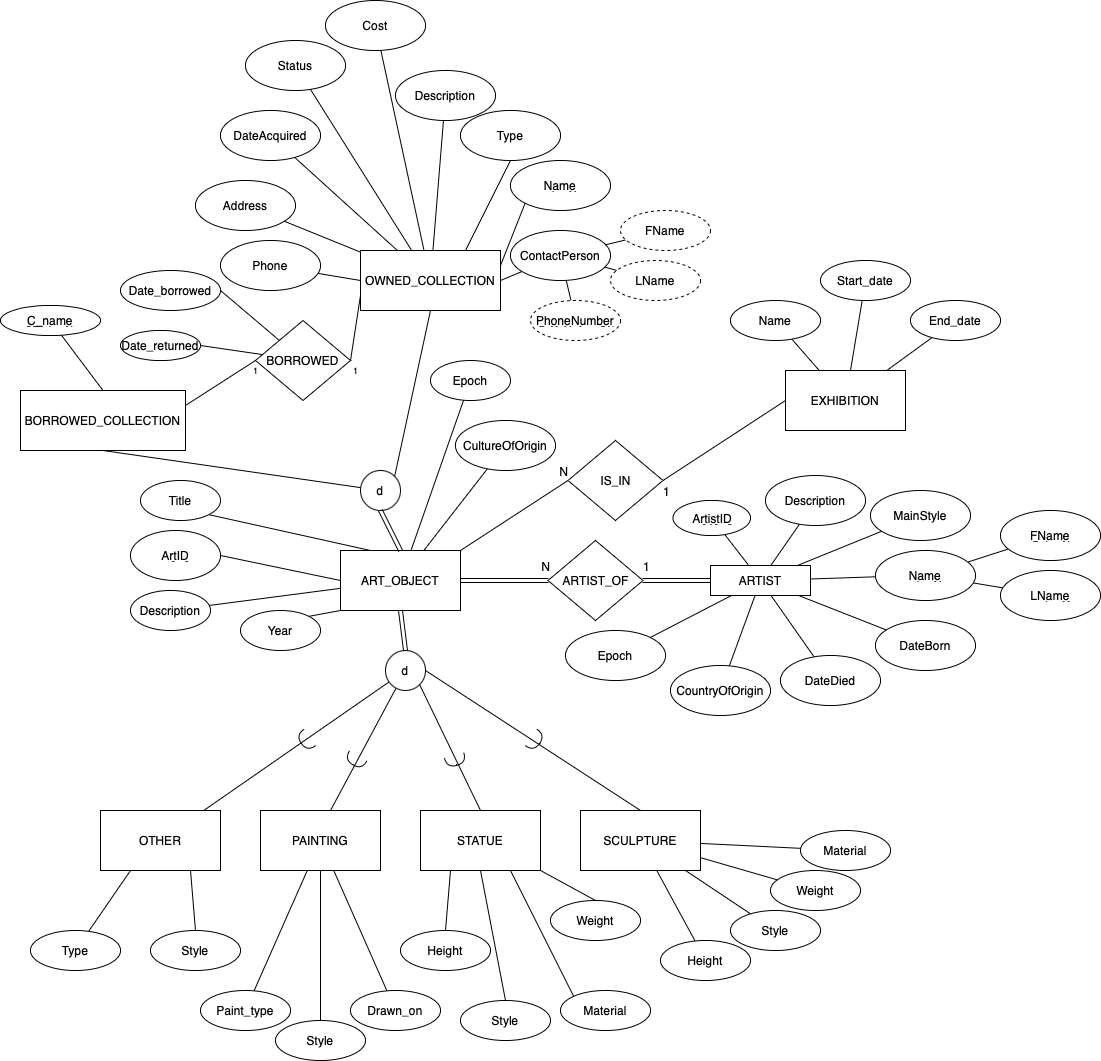
Above: 300 Final Project EER - Updated.drawio.png in Maan-Khedr-ENSF-300/museum-project-coolkids87 (draw.io), before the change. Source tidied: cells renumbered, new cells last; positions are measured from the earlier drawing's top-left corner, leaving out a move shared by most shapes.
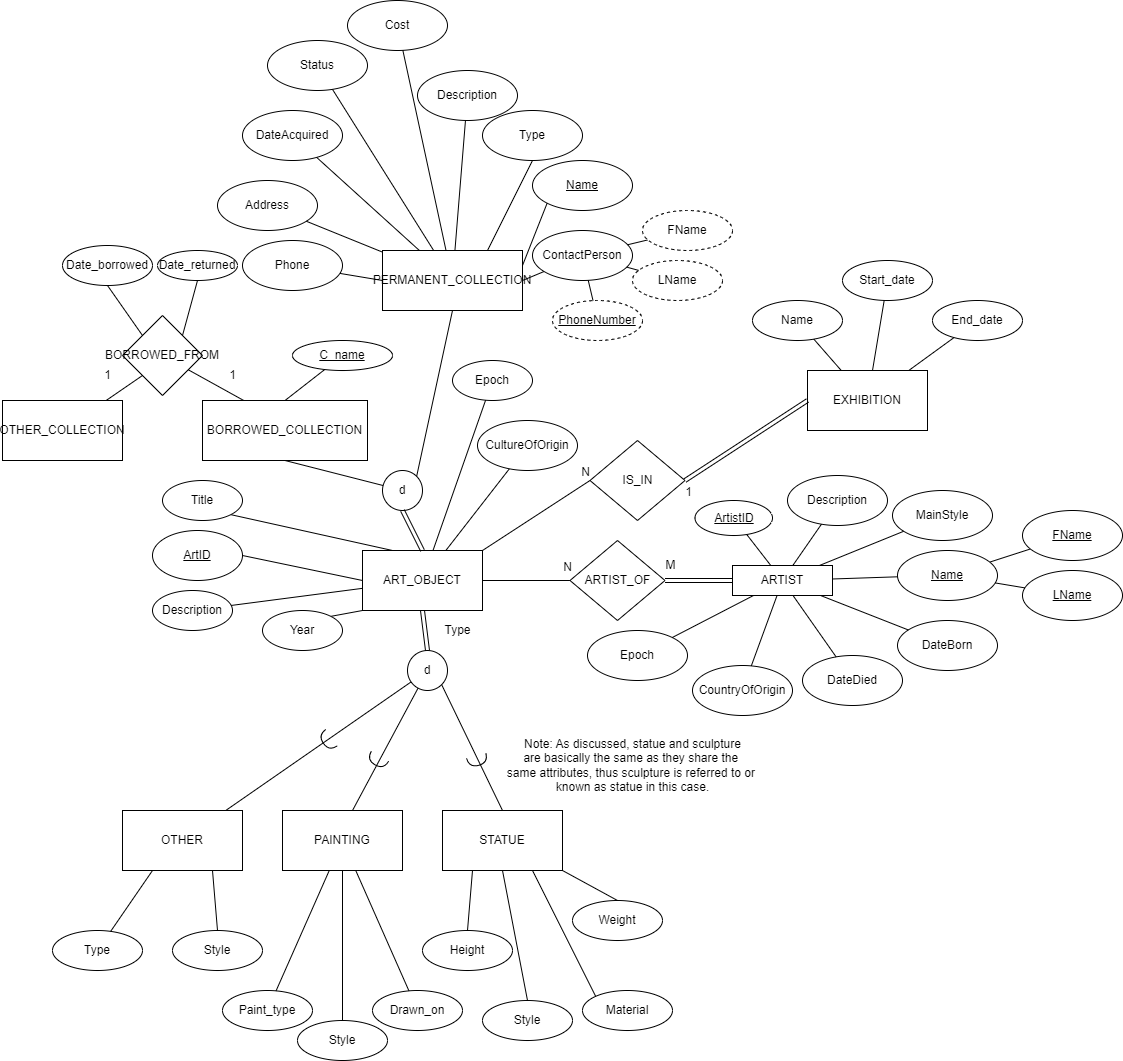
The same diagram one commit later.

Change to the diagram source:
```diff
@@ -17,9 +17,6 @@
     <mxCell id="6" value="OTHER" style="rounded=0;whiteSpace=wrap;html=1;" parent="1" vertex="1">
       <mxGeometry x="100" y="810" width="120" height="60" as="geometry" />
     </mxCell>
-    <mxCell id="7" value="SCULPTURE" style="rounded=0;whiteSpace=wrap;html=1;" parent="1" vertex="1">
-      <mxGeometry x="580" y="810" width="120" height="60" as="geometry" />
-    </mxCell>
     <mxCell id="8" style="endArrow=none;html=1;rounded=0;entryX=0;entryY=0.5;entryDx=0;entryDy=0;exitX=1;exitY=0.5;exitDx=0;exitDy=0;" parent="1" edge="1" source="10" target="4">
       <mxGeometry relative="1" as="geometry" />
     </mxCell>
@@ -41,7 +38,7 @@
     <mxCell id="14" style="edgeStyle=none;rounded=0;jettySize=auto;html=1;endArrow=none;endFill=0;" parent="1" edge="1" source="4" target="13">
       <mxGeometry relative="1" as="geometry" />
     </mxCell>
-    <mxCell id="15" style="endArrow=none;html=1;rounded=0;shape=link;exitX=1;exitY=0.5;exitDx=0;exitDy=0;entryX=0;entryY=0.5;entryDx=0;entryDy=0;" parent="1" edge="1" source="4" target="119">
+    <mxCell id="15" style="endArrow=none;html=1;rounded=0;exitX=1;exitY=0.5;exitDx=0;exitDy=0;entryX=0;entryY=0.5;entryDx=0;entryDy=0;" parent="1" edge="1" source="4" target="119">
       <mxGeometry relative="1" as="geometry" />
     </mxCell>
     <mxCell id="16" style="endArrow=none;html=1;rounded=0;entryX=0.25;entryY=0;entryDx=0;entryDy=0;exitX=1;exitY=1;exitDx=0;exitDy=0;" parent="1" edge="1" source="17" target="4">
@@ -56,30 +53,6 @@
     <mxCell id="19" style="endArrow=none;html=1;rounded=0;entryX=0.5;entryY=1;entryDx=0;entryDy=0;exitX=0.5;exitY=0;exitDx=0;exitDy=0;shape=link;" parent="1" edge="1" source="18" target="4">
       <mxGeometry relative="1" as="geometry" />
     </mxCell>
-    <mxCell id="20" value="Material" style="ellipse;whiteSpace=wrap;html=1;" parent="1" vertex="1">
-      <mxGeometry x="800" y="830" width="90" height="40" as="geometry" />
-    </mxCell>
-    <mxCell id="21" value="Height" style="ellipse;whiteSpace=wrap;html=1;" parent="1" vertex="1">
-      <mxGeometry x="660" y="940" width="90" height="40" as="geometry" />
-    </mxCell>
-    <mxCell id="22" value="Weight" style="ellipse;whiteSpace=wrap;html=1;" parent="1" vertex="1">
-      <mxGeometry x="770" y="870" width="90" height="40" as="geometry" />
-    </mxCell>
-    <mxCell id="23" value="Style" style="ellipse;whiteSpace=wrap;html=1;" parent="1" vertex="1">
-      <mxGeometry x="730" y="910" width="90" height="40" as="geometry" />
-    </mxCell>
-    <mxCell id="24" style="endArrow=none;html=1;rounded=0;" parent="1" edge="1" source="21" target="7">
-      <mxGeometry relative="1" as="geometry" />
-    </mxCell>
-    <mxCell id="25" style="endArrow=none;html=1;rounded=0;" parent="1" edge="1" source="20" target="7">
-      <mxGeometry relative="1" as="geometry" />
-    </mxCell>
-    <mxCell id="26" style="endArrow=none;html=1;rounded=0;" parent="1" edge="1" source="22" target="7">
-      <mxGeometry relative="1" as="geometry" />
-    </mxCell>
-    <mxCell id="27" style="endArrow=none;html=1;rounded=0;" parent="1" edge="1" source="23" target="7">
-      <mxGeometry relative="1" as="geometry" />
-    </mxCell>
     <mxCell id="28" value="Drawn_on" style="ellipse;whiteSpace=wrap;html=1;" parent="1" vertex="1">
       <mxGeometry x="350" y="990" width="90" height="40" as="geometry" />
     </mxCell>
@@ -167,10 +140,10 @@
     <mxCell id="56" style="endArrow=none;html=1;rounded=0;exitX=1;exitY=0;exitDx=0;exitDy=0;entryX=0;entryY=0.5;entryDx=0;entryDy=0;" parent="1" edge="1" source="4" target="55">
       <mxGeometry relative="1" as="geometry" />
     </mxCell>
-    <mxCell id="57" style="endArrow=none;html=1;rounded=0;exitX=1;exitY=0.5;exitDx=0;exitDy=0;entryX=0;entryY=0.5;entryDx=0;entryDy=0;" parent="1" edge="1" source="55" target="48">
+    <mxCell id="57" style="endArrow=none;html=1;rounded=0;exitX=1;exitY=0.5;exitDx=0;exitDy=0;entryX=0;entryY=0.5;entryDx=0;entryDy=0;shape=link;" parent="1" edge="1" source="55" target="48">
       <mxGeometry relative="1" as="geometry" />
     </mxCell>
-    <mxCell id="58" value="OWNED_COLLECTION" style="rounded=0;whiteSpace=wrap;html=1;" parent="1" vertex="1">
+    <mxCell id="58" value="PERMANENT_COLLECTION" style="rounded=0;whiteSpace=wrap;html=1;" parent="1" vertex="1">
       <mxGeometry x="360" y="250" width="140" height="60" as="geometry" />
     </mxCell>
     <mxCell id="59" value="&lt;u&gt;Name&lt;/u&gt;" style="ellipse;whiteSpace=wrap;html=1;" parent="1" vertex="1">
@@ -255,16 +228,16 @@
       <mxGeometry relative="1" as="geometry" />
     </mxCell>
     <mxCell id="86" value="Date_borrowed" style="ellipse;whiteSpace=wrap;html=1;" parent="1" vertex="1">
-      <mxGeometry x="120" y="270" width="100" height="40" as="geometry" />
+      <mxGeometry x="40" y="245" width="90" height="40" as="geometry" />
     </mxCell>
     <mxCell id="87" style="endArrow=none;html=1;rounded=0;exitX=0.5;exitY=0;exitDx=0;exitDy=0;" parent="1" edge="1" source="103" target="88">
       <mxGeometry relative="1" as="geometry" />
     </mxCell>
     <mxCell id="88" value="&lt;u&gt;C_name&lt;/u&gt;" style="ellipse;whiteSpace=wrap;html=1;" parent="1" vertex="1">
-      <mxGeometry y="305" width="100" height="30" as="geometry" />
+      <mxGeometry x="270" y="340" width="100" height="30" as="geometry" />
     </mxCell>
     <mxCell id="89" value="Date_returned" style="ellipse;whiteSpace=wrap;html=1;" parent="1" vertex="1">
-      <mxGeometry x="120" y="330" width="80" height="30" as="geometry" />
+      <mxGeometry x="135" y="250" width="80" height="30" as="geometry" />
     </mxCell>
     <mxCell id="90" value="&lt;u&gt;LName&lt;/u&gt;" style="ellipse;whiteSpace=wrap;html=1;" parent="1" vertex="1">
       <mxGeometry x="1000" y="570" width="100" height="50" as="geometry" />
@@ -306,7 +279,7 @@
       <mxGeometry relative="1" as="geometry" />
     </mxCell>
     <mxCell id="103" value="BORROWED_COLLECTION" style="rounded=0;whiteSpace=wrap;html=1;" parent="1" vertex="1">
-      <mxGeometry x="20" y="390" width="165" height="60" as="geometry" />
+      <mxGeometry x="180" y="400" width="165" height="60" as="geometry" />
     </mxCell>
     <mxCell id="104" style="shape=requiredInterface;html=1;verticalLabelPosition=bottom;sketch=0;rotation=-215;" parent="1" vertex="1">
       <mxGeometry x="300" y="730" width="10" height="20" as="geometry" />
@@ -331,47 +304,12 @@
         <mxPoint x="419.1" y="684.1" as="targetPoint" />
       </mxGeometry>
     </mxCell>
-    <mxCell id="110" style="shape=requiredInterface;html=1;verticalLabelPosition=bottom;sketch=0;rotation=35;" parent="1" vertex="1">
-      <mxGeometry x="530" y="730" width="10" height="20" as="geometry" />
-    </mxCell>
-    <mxCell id="111" style="endArrow=none;html=1;rounded=0;entryX=1;entryY=0.5;entryDx=0;entryDy=0;exitX=0.5;exitY=0;exitDx=0;exitDy=0;" parent="1" edge="1">
-      <mxGeometry relative="1" as="geometry">
-        <mxPoint x="640" y="810" as="sourcePoint" />
-        <mxPoint x="425" y="670" as="targetPoint" />
-      </mxGeometry>
-    </mxCell>
-    <mxCell id="112" style="endArrow=none;html=1;rounded=0;fontSize=9;exitX=1;exitY=0.5;exitDx=0;exitDy=0;entryX=0;entryY=0.75;entryDx=0;entryDy=0;" parent="1" edge="1" source="125" target="58">
-      <mxGeometry relative="1" as="geometry" />
-    </mxCell>
-    <mxCell id="113" style="endArrow=none;html=1;rounded=0;fontSize=9;exitX=1;exitY=0.25;exitDx=0;exitDy=0;entryX=0;entryY=0.5;entryDx=0;entryDy=0;" parent="1" edge="1" source="103" target="125">
-      <mxGeometry relative="1" as="geometry" />
-    </mxCell>
-    <mxCell id="114" value="1" style="text;html=1;align=center;verticalAlign=middle;fillColor=none;strokeColor=none;rounded=0;fontSize=9;" parent="1" vertex="1">
-      <mxGeometry x="340" y="360" width="30" height="20" as="geometry" />
-    </mxCell>
-    <mxCell id="115" value="1" style="text;html=1;align=center;verticalAlign=middle;fillColor=none;strokeColor=none;rounded=0;fontSize=9;" parent="1" vertex="1">
-      <mxGeometry x="240" y="360" width="30" height="20" as="geometry" />
-    </mxCell>
     <mxCell id="116" value="ARTIST" style="rounded=0;whiteSpace=wrap;html=1;" parent="1" vertex="1">
       <mxGeometry x="710" y="565" width="100" height="30" as="geometry" />
     </mxCell>
-    <mxCell id="117" style="endArrow=none;html=1;rounded=0;fontSize=9;exitX=1;exitY=0.5;exitDx=0;exitDy=0;" parent="1" edge="1" source="86" target="125">
-      <mxGeometry relative="1" as="geometry" />
-    </mxCell>
-    <mxCell id="118" style="endArrow=none;html=1;rounded=0;fontSize=9;exitX=1;exitY=0.5;exitDx=0;exitDy=0;" parent="1" edge="1" source="89" target="125">
-      <mxGeometry relative="1" as="geometry" />
-    </mxCell>
     <mxCell id="119" value="ARTIST_OF" style="rhombus;whiteSpace=wrap;html=1;" parent="1" vertex="1">
       <mxGeometry x="547.5" y="540" width="95" height="80" as="geometry" />
     </mxCell>
-    <mxCell id="120" style="shape=link;html=1;rounded=0;entryX=1;entryY=0.5;entryDx=0;entryDy=0;exitX=0;exitY=0.5;exitDx=0;exitDy=0;" parent="1" edge="1" source="116" target="119">
-      <mxGeometry relative="1" as="geometry" />
-    </mxCell>
-    <mxCell id="121" value="1" style="html=1;align=right;verticalAlign=bottom;" parent="120" vertex="1">
-      <mxGeometry x="1" relative="1" as="geometry">
-        <mxPoint x="8" y="-5" as="offset" />
-      </mxGeometry>
-    </mxCell>
     <mxCell id="122" value="N" style="html=1;align=right;verticalAlign=bottom;" parent="1" vertex="1">
       <mxGeometry x="550" y="575" as="geometry" />
     </mxCell>
@@ -381,9 +319,6 @@
     <mxCell id="124" value="1" style="html=1;align=right;verticalAlign=bottom;" parent="1" vertex="1">
       <mxGeometry x="670" y="500" as="geometry" />
     </mxCell>
-    <mxCell id="125" value="BORROWED" style="rhombus;whiteSpace=wrap;html=1;" parent="1" vertex="1">
-      <mxGeometry x="255" y="320" width="95" height="80" as="geometry" />
-    </mxCell>
     <mxCell id="126" value="&lt;u&gt;ArtistID&lt;/u&gt;" style="ellipse;whiteSpace=wrap;html=1;" parent="1" vertex="1">
       <mxGeometry x="672.5" y="500" width="77.5" height="35" as="geometry" />
     </mxCell>
@@ -408,5 +343,41 @@
     <mxCell id="133" style="endArrow=none;html=1;rounded=0;" parent="1" edge="1" source="58" target="130">
       <mxGeometry relative="1" as="geometry" />
     </mxCell>
+    <mxCell id="134" value="M" style="text;html=1;align=center;verticalAlign=middle;strokeColor=none;fillColor=none;" parent="1" vertex="1">
+      <mxGeometry x="632.5" y="550" width="30" height="30" as="geometry" />
+    </mxCell>
+    <mxCell id="135" style="endArrow=none;html=1;rounded=0;exitX=1;exitY=0.5;exitDx=0;exitDy=0;entryX=0;entryY=0.5;entryDx=0;entryDy=0;shape=link;" parent="1" edge="1" source="119" target="116">
+      <mxGeometry relative="1" as="geometry" />
+    </mxCell>
+    <mxCell id="136" value="Note: As discussed, statue and sculpture&lt;br&gt;are basically the same as they share the&amp;nbsp;&lt;br&gt;same attributes, thus sculpture is referred to or&amp;nbsp;&lt;br&gt;known as statue in this case." style="text;html=1;align=center;verticalAlign=middle;fillColor=none;strokeColor=none;rounded=0;" parent="1" vertex="1">
+      <mxGeometry x="475" y="730" width="270" height="70" as="geometry" />
+    </mxCell>
+    <mxCell id="137" style="endArrow=none;html=1;rounded=0;exitX=0.25;exitY=0;exitDx=0;exitDy=0;" parent="1" edge="1" source="103" target="138">
+      <mxGeometry relative="1" as="geometry" />
+    </mxCell>
+    <mxCell id="138" value="BORROWED_FROM" style="rhombus;whiteSpace=wrap;html=1;" parent="1" vertex="1">
+      <mxGeometry x="100" y="315" width="80" height="80" as="geometry" />
+    </mxCell>
+    <mxCell id="139" style="endArrow=none;html=1;rounded=0;exitX=1;exitY=0;exitDx=0;exitDy=0;entryX=0.5;entryY=1;entryDx=0;entryDy=0;" parent="1" edge="1" source="138" target="89">
+      <mxGeometry relative="1" as="geometry" />
+    </mxCell>
+    <mxCell id="140" style="endArrow=none;html=1;rounded=0;exitX=0;exitY=0;exitDx=0;exitDy=0;entryX=0.5;entryY=1;entryDx=0;entryDy=0;" parent="1" edge="1" source="138" target="86">
+      <mxGeometry relative="1" as="geometry" />
+    </mxCell>
+    <mxCell id="141" style="endArrow=none;html=1;rounded=0;exitX=0;exitY=1;exitDx=0;exitDy=0;" parent="1" edge="1" source="138" target="142">
+      <mxGeometry relative="1" as="geometry" />
+    </mxCell>
+    <mxCell id="142" value="OTHER_COLLECTION" style="rounded=0;whiteSpace=wrap;html=1;" parent="1" vertex="1">
+      <mxGeometry x="-20" y="400" width="120" height="60" as="geometry" />
+    </mxCell>
+    <mxCell id="143" value="1" style="text;html=1;align=center;verticalAlign=middle;fillColor=none;strokeColor=none;rounded=0;" parent="1" vertex="1">
+      <mxGeometry x="70" y="360" width="30" height="30" as="geometry" />
+    </mxCell>
+    <mxCell id="144" value="1" style="text;html=1;align=center;verticalAlign=middle;fillColor=none;strokeColor=none;rounded=0;" parent="1" vertex="1">
+      <mxGeometry x="195" y="360" width="30" height="30" as="geometry" />
+    </mxCell>
+    <mxCell id="145" value="Type" style="text;html=1;align=center;verticalAlign=middle;fillColor=none;strokeColor=none;rounded=0;" parent="1" vertex="1">
+      <mxGeometry x="410" y="615" width="50" height="30" as="geometry" />
+    </mxCell>
   </root>
 </mxGraphModel>
```
